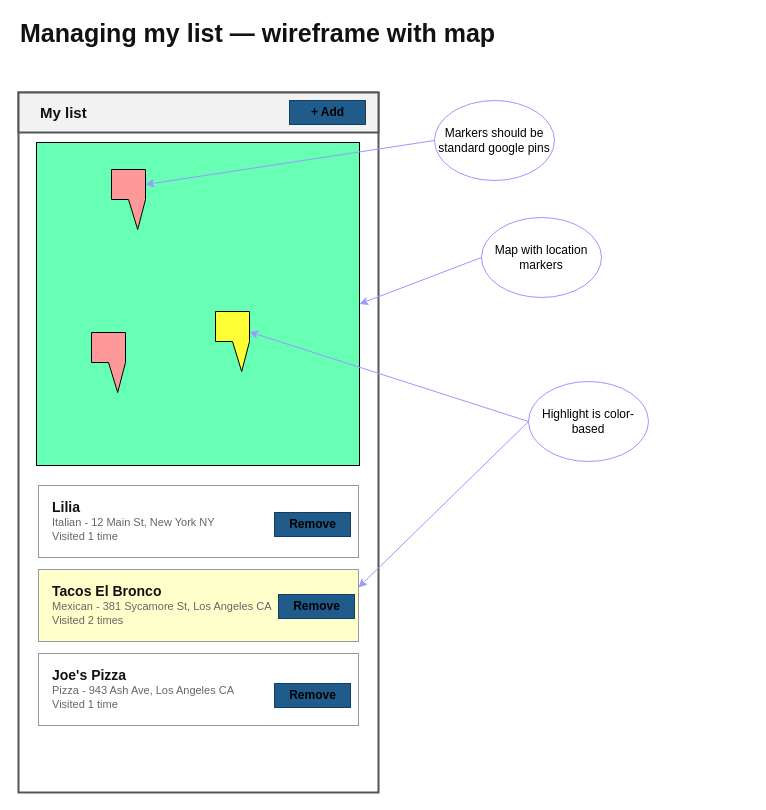
This is docs/features/0004_seeing-my-list-on-a-map/seeing-my-list-on-a-map.drawio from arches/shortlist, a draw.io file, before an edit. Source tidied: cells renumbered, new cells numbered last; positions are measured from the earlier drawing's top-left corner, leaving out a move shared by most shapes. Both pictures are drawn from the tidied source at 100%, with x=0, y=0 at pixel (18, 22).
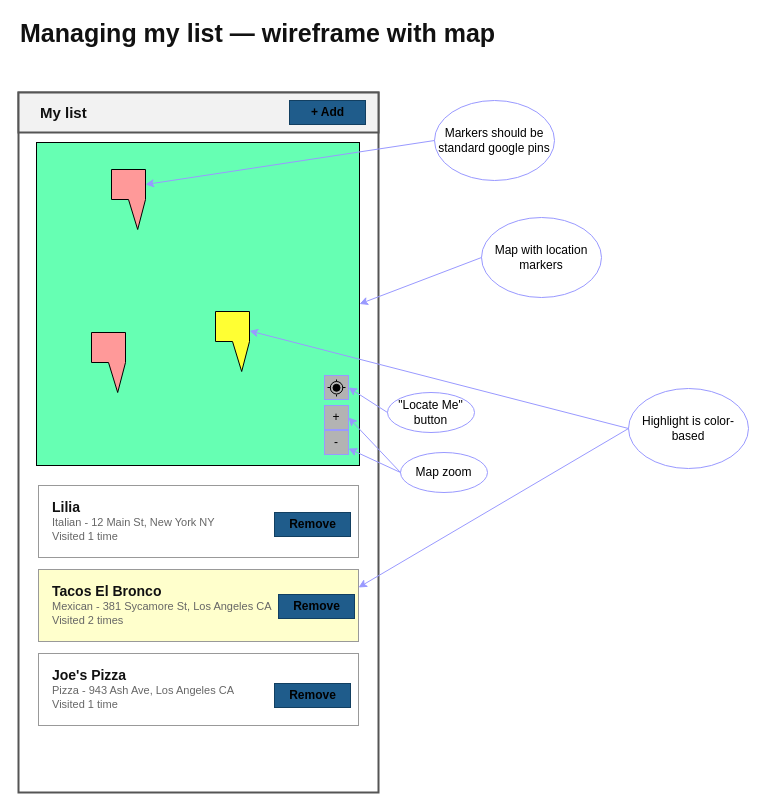
Above is the later version.

Diff of the diagram source:
```diff
@@
     <mxCell id="28" value="Highlight is color-based" style="ellipse;whiteSpace=wrap;html=1;fontColor=#000000;fillColor=none;strokeColor=#9999FF;" parent="1" vertex="1">
-      <mxGeometry x="510" y="359" width="120" height="80" as="geometry" />
+      <mxGeometry x="610" y="366" width="120" height="80" as="geometry" />
     </mxCell>
@@
+    <mxCell id="33" value="-" style="whiteSpace=wrap;html=1;strokeColor=#9999FF;fontColor=#000000;fillColor=#B3B3B3;" parent="1" vertex="1">
+      <mxGeometry x="306" y="408" width="24" height="24" as="geometry" />
+    </mxCell>
+    <mxCell id="34" value="+" style="whiteSpace=wrap;html=1;strokeColor=#9999FF;fontColor=#000000;fillColor=#B3B3B3;" parent="1" vertex="1">
+      <mxGeometry x="306" y="383" width="24" height="24" as="geometry" />
+    </mxCell>
+    <mxCell id="35" style="whiteSpace=wrap;html=1;strokeColor=#9999FF;fontColor=#000000;fillColor=#B3B3B3;" parent="1" vertex="1">
+      <mxGeometry x="306" y="353" width="24" height="24" as="geometry" />
+    </mxCell>
+    <mxCell id="36" style="ellipse;whiteSpace=wrap;html=1;strokeColor=#000000;fontColor=#000000;fillColor=none;" parent="1" vertex="1">
+      <mxGeometry x="311.8" y="359" width="12.5" height="12.5" as="geometry" />
+    </mxCell>
+    <mxCell id="37" style="ellipse;whiteSpace=wrap;html=1;strokeColor=#000000;fontColor=#000000;fillColor=#000000;" parent="1" vertex="1">
+      <mxGeometry x="314.5" y="361.8" width="7" height="7" as="geometry" />
+    </mxCell>
+    <mxCell id="38" style="endArrow=none;html=1;strokeColor=#000000;fontColor=#000000;" parent="1" edge="1">
+      <mxGeometry relative="1" as="geometry">
+        <mxPoint x="318" y="359" as="sourcePoint" />
+        <mxPoint x="318" y="357" as="targetPoint" />
+      </mxGeometry>
+    </mxCell>
+    <mxCell id="39" style="endArrow=none;html=1;strokeColor=#000000;fontColor=#000000;" parent="1" edge="1">
+      <mxGeometry relative="1" as="geometry">
+        <mxPoint x="318" y="374" as="sourcePoint" />
+        <mxPoint x="318" y="372" as="targetPoint" />
+      </mxGeometry>
+    </mxCell>
+    <mxCell id="40" style="endArrow=none;html=1;strokeColor=#000000;fontColor=#000000;" parent="1" edge="1">
+      <mxGeometry relative="1" as="geometry">
+        <mxPoint x="309" y="365" as="sourcePoint" />
+        <mxPoint x="312" y="365" as="targetPoint" />
+      </mxGeometry>
+    </mxCell>
+    <mxCell id="41" style="endArrow=none;html=1;strokeColor=#000000;fontColor=#000000;" parent="1" edge="1">
+      <mxGeometry relative="1" as="geometry">
+        <mxPoint x="324" y="365" as="sourcePoint" />
+        <mxPoint x="327" y="365" as="targetPoint" />
+      </mxGeometry>
+    </mxCell>
+    <mxCell id="42" style="edgeStyle=none;html=1;exitX=0;exitY=0.5;exitDx=0;exitDy=0;entryX=1;entryY=0.5;entryDx=0;entryDy=0;strokeColor=#9999FF;fontColor=#000000;" parent="1" edge="1" source="44" target="34">
+      <mxGeometry relative="1" as="geometry" />
+    </mxCell>
+    <mxCell id="43" style="edgeStyle=none;html=1;exitX=0;exitY=0.5;exitDx=0;exitDy=0;entryX=1;entryY=0.75;entryDx=0;entryDy=0;strokeColor=#9999FF;fontColor=#000000;" parent="1" edge="1" source="44" target="33">
+      <mxGeometry relative="1" as="geometry" />
+    </mxCell>
+    <mxCell id="44" value="Map zoom" style="ellipse;whiteSpace=wrap;html=1;fontColor=#000000;fillColor=none;strokeColor=#9999FF;" parent="1" vertex="1">
+      <mxGeometry x="382" y="430" width="87" height="40" as="geometry" />
+    </mxCell>
+    <mxCell id="45" style="edgeStyle=none;html=1;exitX=0;exitY=0.5;exitDx=0;exitDy=0;entryX=1;entryY=0.5;entryDx=0;entryDy=0;strokeColor=#9999FF;fontColor=#000000;" parent="1" edge="1" source="46" target="35">
+      <mxGeometry relative="1" as="geometry" />
+    </mxCell>
+    <mxCell id="46" value="&quot;Locate Me&quot; button" style="ellipse;whiteSpace=wrap;html=1;fontColor=#000000;fillColor=none;strokeColor=#9999FF;" parent="1" vertex="1">
+      <mxGeometry x="369" y="370" width="87" height="40" as="geometry" />
+    </mxCell>
```
